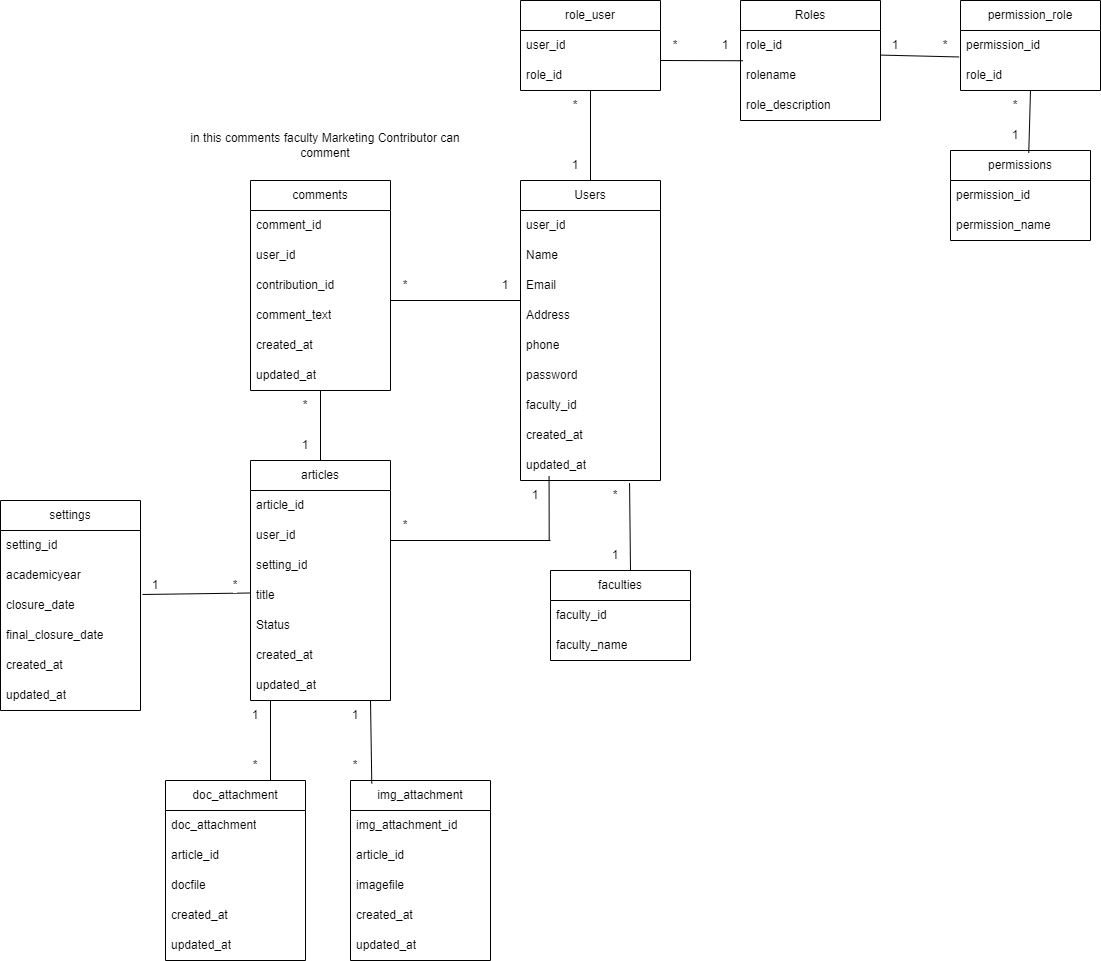
The draw.io diagram db.drawio.png in myinthlaingsan/EWSD, before a commit. Source tidied: cells renumbered, new cells last; positions are measured from the earlier drawing's top-left corner, leaving out a move shared by most shapes.
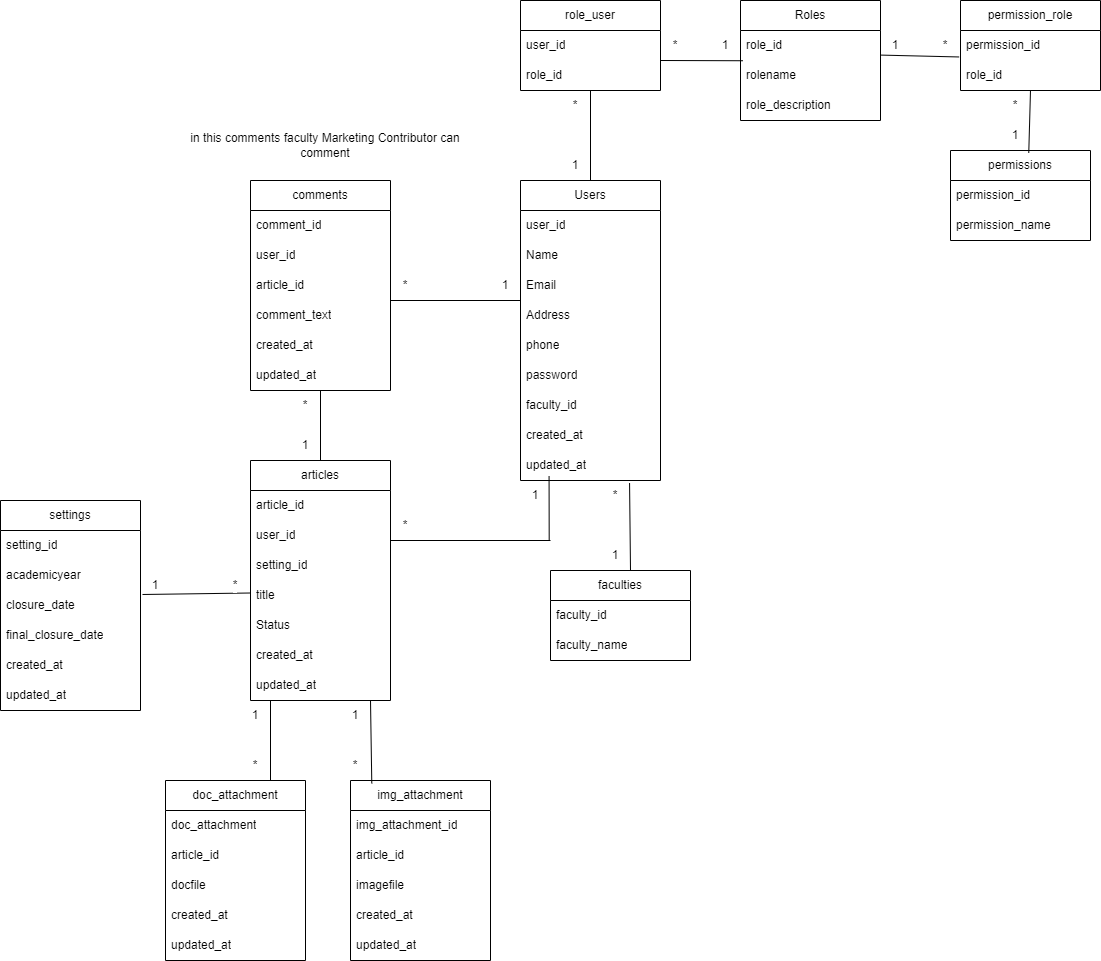
Above is the later version.

The edit, as a diff of the source:
```diff
@@ -80,7 +80,7 @@
     <mxCell id="27" value="user_id" style="text;strokeColor=none;fillColor=none;align=left;verticalAlign=middle;spacingLeft=4;spacingRight=4;overflow=hidden;whiteSpace=wrap;html=1;labelBackgroundColor=default;" parent="25" vertex="1">
       <mxGeometry y="60" width="140" height="30" as="geometry" />
     </mxCell>
-    <mxCell id="28" value="contribution_id" style="text;strokeColor=none;fillColor=none;align=left;verticalAlign=middle;spacingLeft=4;spacingRight=4;overflow=hidden;whiteSpace=wrap;html=1;labelBackgroundColor=default;" parent="25" vertex="1">
+    <mxCell id="28" value="article_id" style="text;strokeColor=none;fillColor=none;align=left;verticalAlign=middle;spacingLeft=4;spacingRight=4;overflow=hidden;whiteSpace=wrap;html=1;labelBackgroundColor=default;" parent="25" vertex="1">
       <mxGeometry y="90" width="140" height="30" as="geometry" />
     </mxCell>
     <mxCell id="29" value="comment_text" style="text;strokeColor=none;fillColor=none;align=left;verticalAlign=middle;spacingLeft=4;spacingRight=4;overflow=hidden;whiteSpace=wrap;html=1;labelBackgroundColor=default;" parent="25" vertex="1">
```
